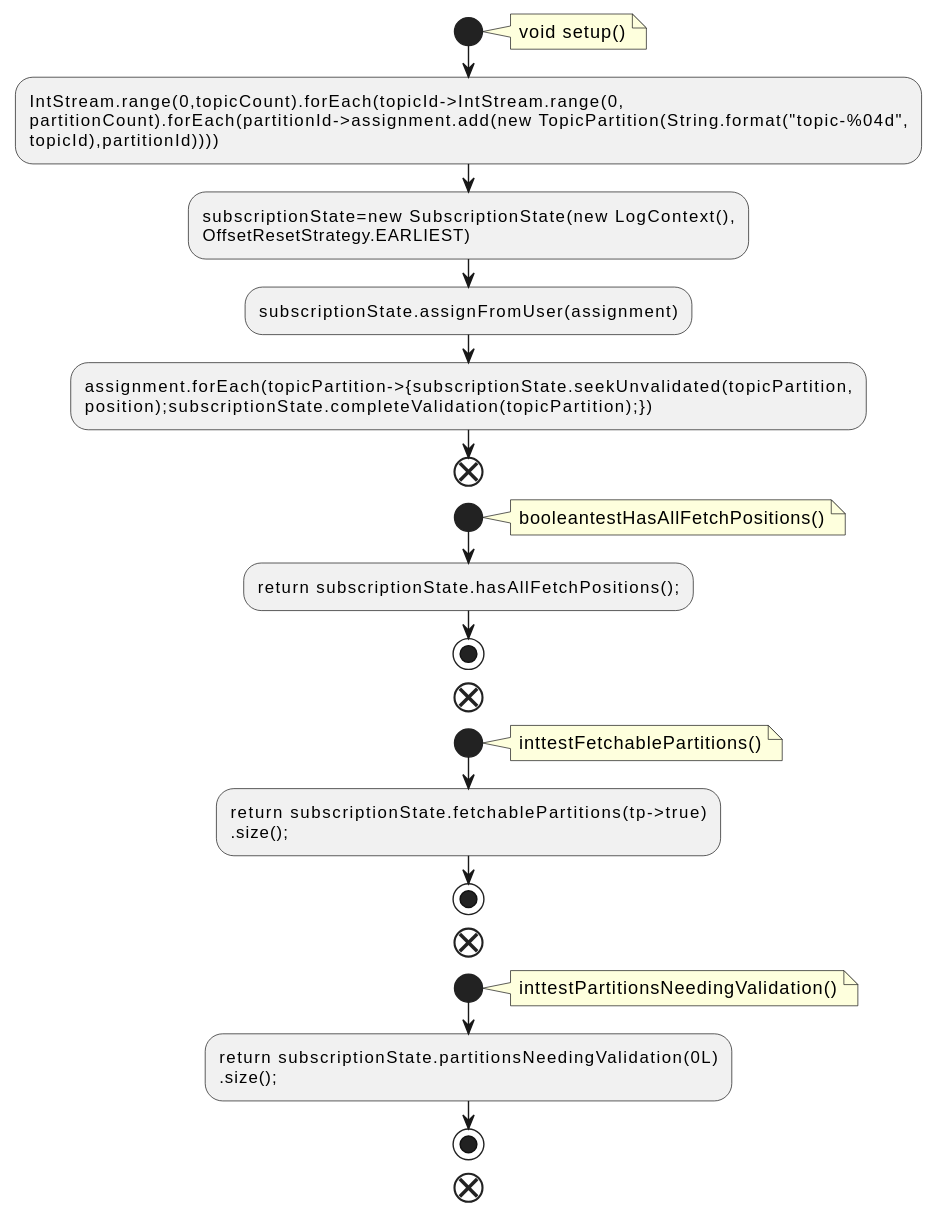
Above: docs/qc/jmh-benchmarks/src/main/java/org/apache/kafka/jmh/consumer/SubscriptionStateBenchmark.java.fct.svg in qualitesys/kafka (PlantUML), before the change.
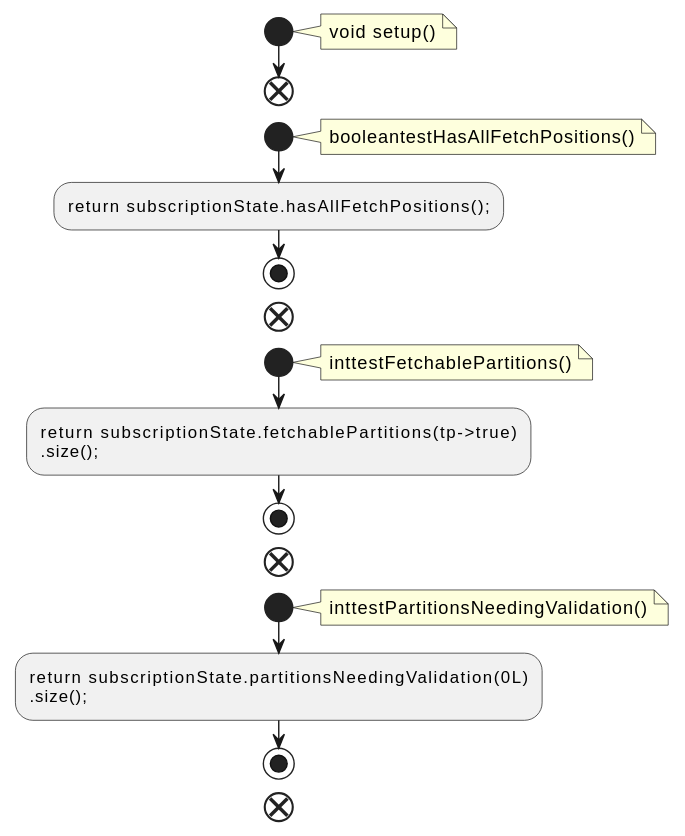
Above is the later version.

The edit, as a diff of the source:
```diff
@@ -4,14 +4,6 @@
 note right
 void setup()
 end note
-:IntStream.range(0,topicCount).forEach(topicId->IntStream.range(0,
-partitionCount).forEach(partitionId->assignment.add(new TopicPartition(String.format("topic-%04d",
-topicId),partitionId))));
-:subscriptionState=new SubscriptionState(new LogContext(),
-OffsetResetStrategy.EARLIEST);
-:subscriptionState.assignFromUser(assignment);
-:assignment.forEach(topicPartition->{subscriptionState.seekUnvalidated(topicPartition,
-position);subscriptionState.completeValidation(topicPartition);});
 end
 start
 note right
```
